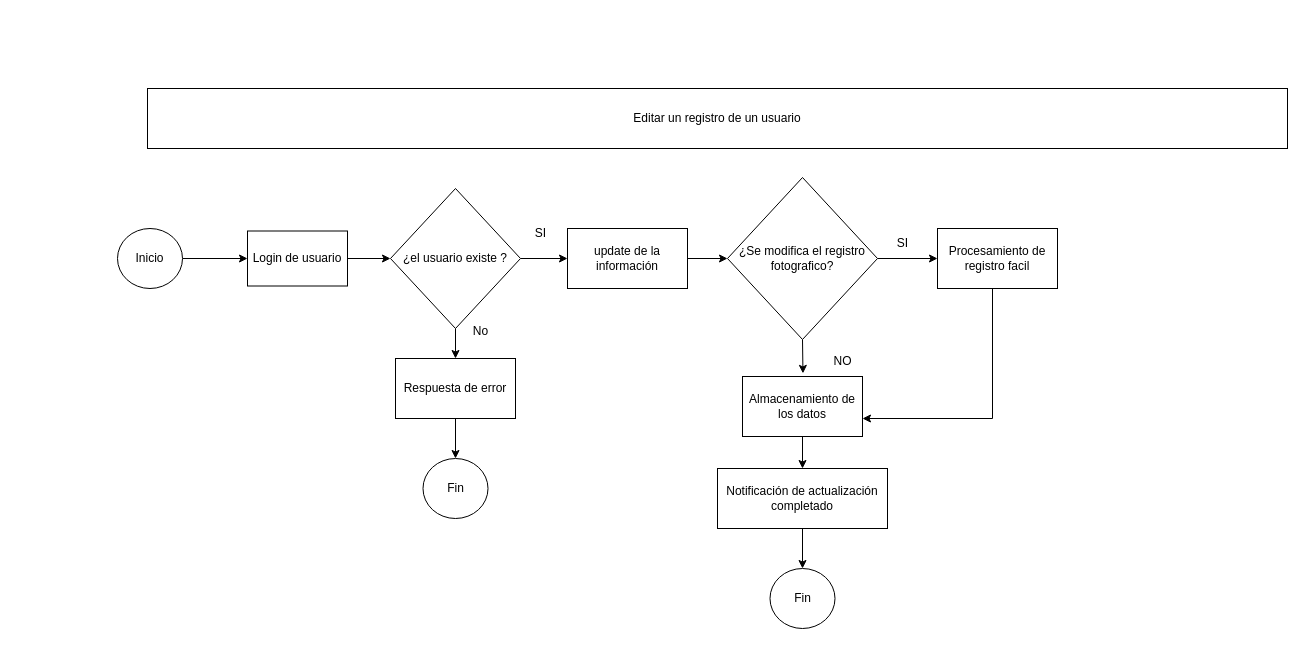
The draw.io diagram page "Funcionalidad-Editar" (2 of 3) of Diagrama sin título.drawio in juansanchezz/Prueba-IoT, before the edit. Source tidied: cells renumbered, new cells numbered last; positions are measured from the earlier drawing's top-left corner, leaving out a move shared by most shapes. Both pictures are drawn from the tidied source at 100%, with x=0, y=0 at pixel (117, 88).
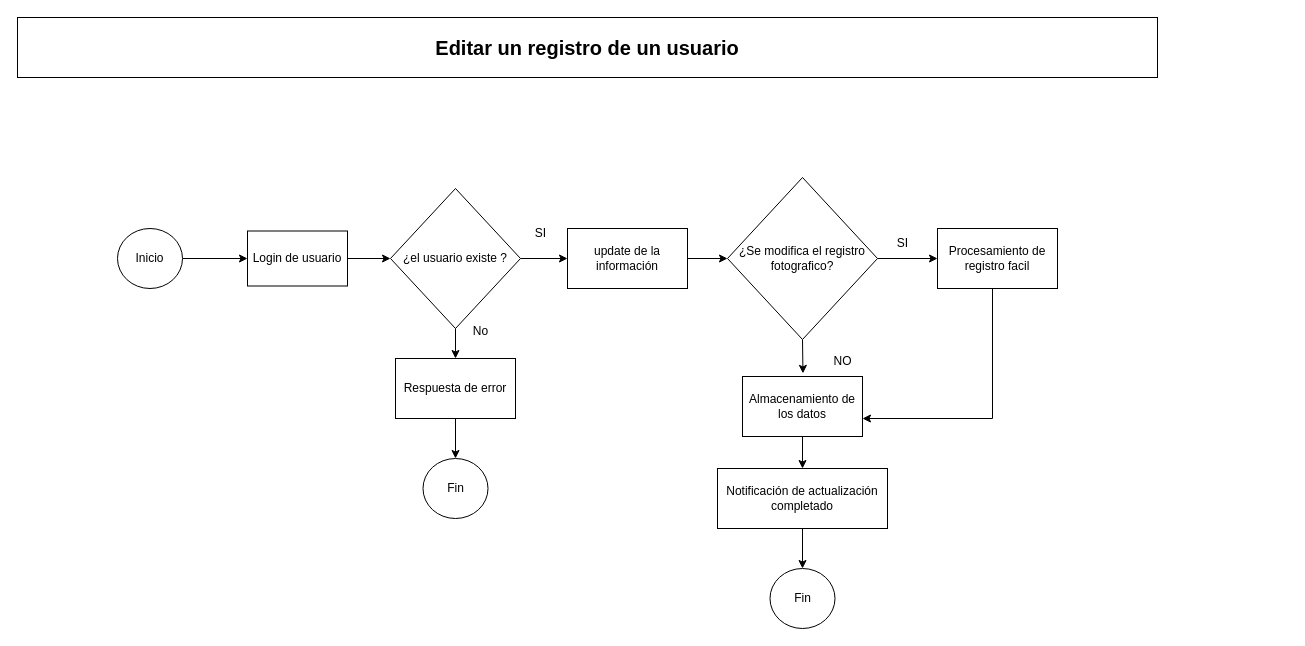
The same page after the edit.

Change to the diagram source:
```diff
@@
-    <mxCell id="3" value="Editar un registro de un usuario" style="rounded=0;whiteSpace=wrap;html=1;" parent="1" vertex="1">
-      <mxGeometry x="30" width="1140" height="60" as="geometry" />
+    <mxCell id="3" value="&lt;font style=&quot;font-size: 20px;&quot;&gt;&lt;b&gt;Editar un registro de un usuario&lt;/b&gt;&lt;/font&gt;" style="rounded=0;whiteSpace=wrap;html=1;" parent="1" vertex="1">
+      <mxGeometry x="-100" y="-71" width="1140" height="60" as="geometry" />
     </mxCell>
```
